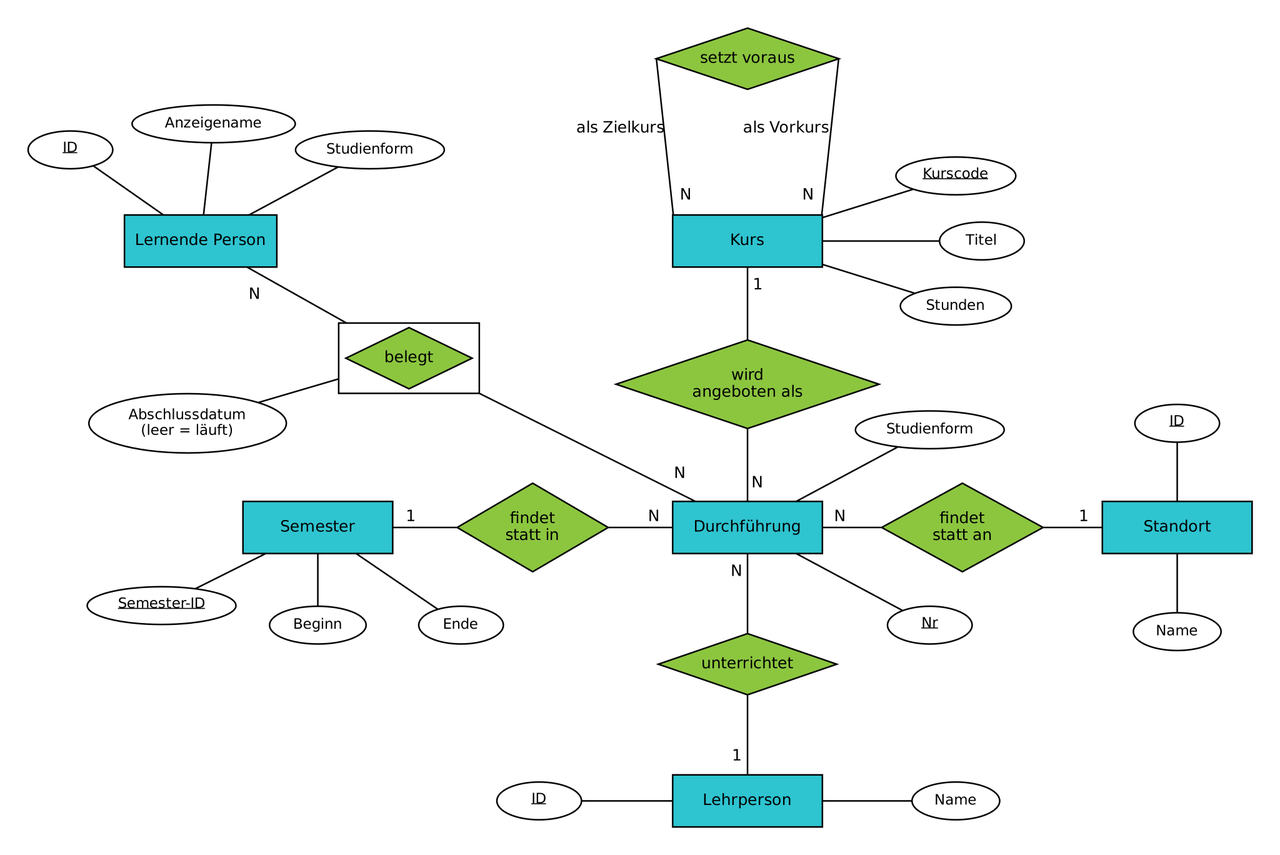
This is le2-sql/model/conceptual.png from ibidreli/ddi_mcs, a Graphviz export, as it was before one commit. Its source is kept beside it as le2-sql/model/conceptual.dot.
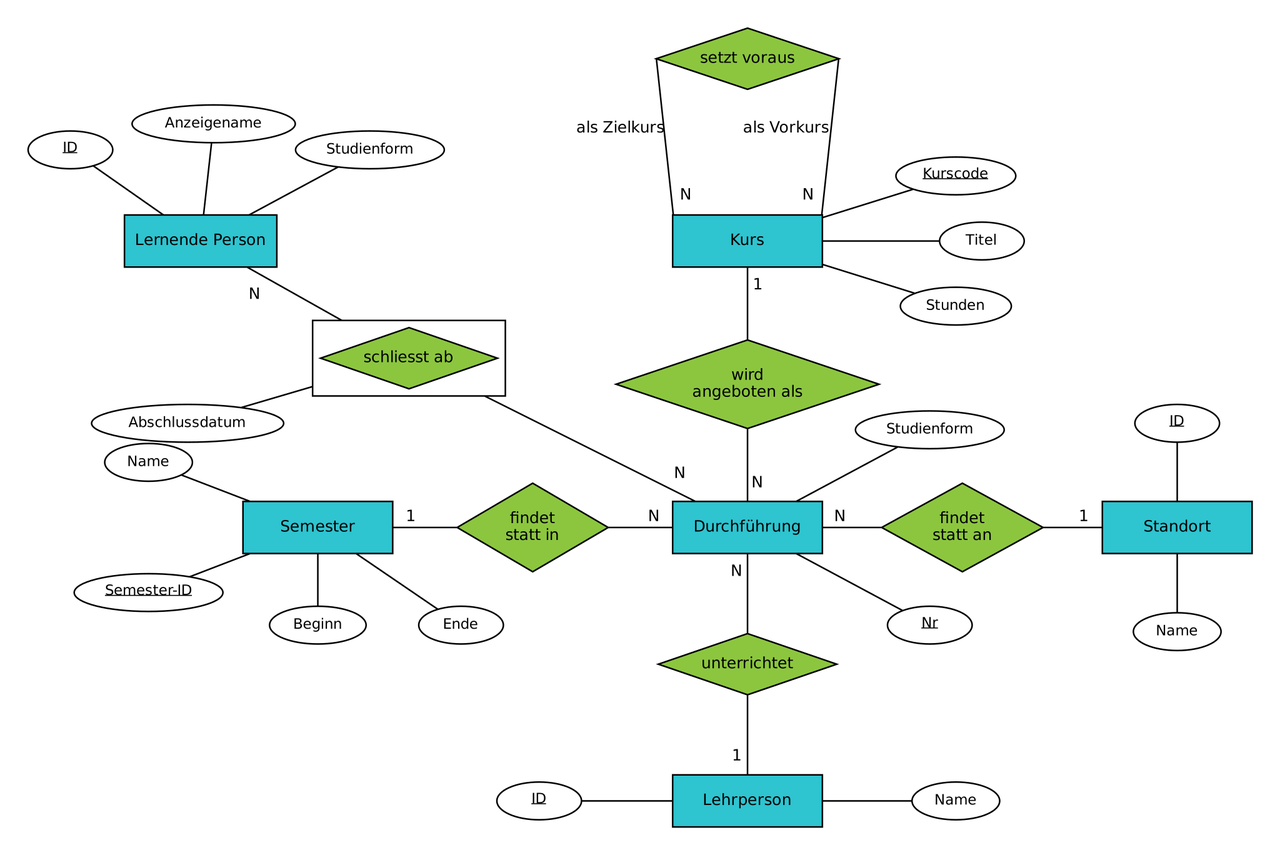
The same file after the commit.

What changed in the source:
```diff
@@ -11,8 +11,8 @@
   lehr     [label="Lehrperson",      pos="560,40!"];
   person   [label="Lernende Person", pos="140,470!"];
 
-  belegt_box [shape=box, label="", fillcolor="white", width=1.5, height=0.75, pos="300,380!"];
-  belegt     [shape=diamond, label="belegt", fillcolor="#8cc63f", width=1.35, height=0.65, pos="300,380!"];
+  belegt_box [shape=box, label="", fillcolor="white", width=2.05, height=0.8, pos="300,380!"];
+  belegt     [shape=diamond, label="schliesst ab", fillcolor="#8cc63f", width=1.55, height=0.65, pos="300,380!"];
 
   node [shape=diamond, fillcolor="#8cc63f", width=1.55, height=0.65];
   voraus    [label="setzt voraus",   pos="560,610!"];
@@ -27,7 +27,8 @@
   k_std   [label="Stunden",         pos="720,420!"];
   d_nr    [label=<<U>Nr</U>>,       pos="700,175!"];
   d_form  [label="Studienform",     pos="700,325!"];
-  s_id    [label=<<U>Semester-ID</U>>, pos="110,190!"];
+  s_id    [label=<<U>Semester-ID</U>>, pos="100,200!"];
+  s_name  [label="Name", pos="100,300!"];
   s_beg   [label="Beginn",          pos="230,175!"];
   s_end   [label="Ende",            pos="340,175!"];
   o_id    [label=<<U>ID</U>>,       pos="890,330!"];
@@ -37,11 +38,11 @@
   p_id    [label=<<U>ID</U>>,       pos="40,540!"];
   p_name  [label="Anzeigename",     pos="150,560!"];
   p_form  [label="Studienform",     pos="270,540!"];
-  b_dat   [label="Abschlussdatum\n(leer = läuft)", pos="130,330!"];
+  b_dat   [label="Abschlussdatum", pos="130,330!"];
 
   kurs -- k_code; kurs -- k_titel; kurs -- k_std;
   durch -- d_nr; durch -- d_form;
-  semester -- s_id; semester -- s_beg; semester -- s_end;
+  semester -- s_id; semester -- s_name; semester -- s_beg; semester -- s_end;
   standort -- o_id; standort -- o_name;
   lehr -- l_id; lehr -- l_name;
   person -- p_id; person -- p_name; person -- p_form;
```
